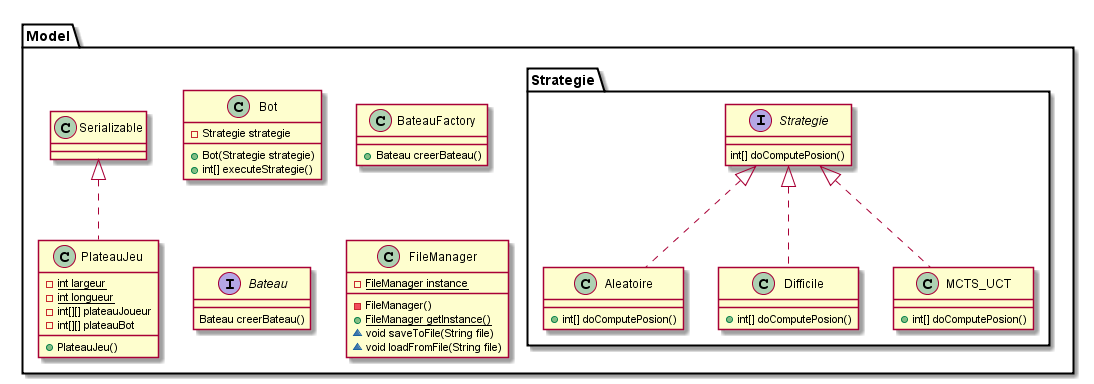
Before: ClassDiagram.png, a diagram exported from PlantUML (sT4R3K/batailleNavale). Source of this version:
```plantuml
@startuml
package Model <<Folder>> {
	class Bot {
		-Strategie strategie
		+Bot(Strategie strategie)
		+int[] executeStrategie()
	}

	package Strategie <<Folder>> {
		interface Strategie {
			int[] doComputePosion()
		}

		class Aleatoire {
			+int[] doComputePosion()
		}
		Strategie <|.. Aleatoire

		class Difficile {
			+int[] doComputePosion()
		}
		Strategie <|.. Difficile

		class MCTS_UCT {
			+int[] doComputePosion()
		}
		Strategie <|.. MCTS_UCT
	}
	class BateauFactory {
		+Bateau creerBateau()
	}

	interface Bateau {
		Bateau creerBateau()
	}

	class PlateauJeu {
		-{static}int largeur
		-{static}int longueur
		-int[][] plateauJoueur
		-int[][] plateauBot
		+PlateauJeu()
	}
	class Serializable {
	}
	Serializable <|.. PlateauJeu

	class FileManager {
		-{static}FileManager instance
		-FileManager()
		+{static}FileManager getInstance()
		~void saveToFile(String file)
		~void loadFromFile(String file)
	}
}
@enduml
```
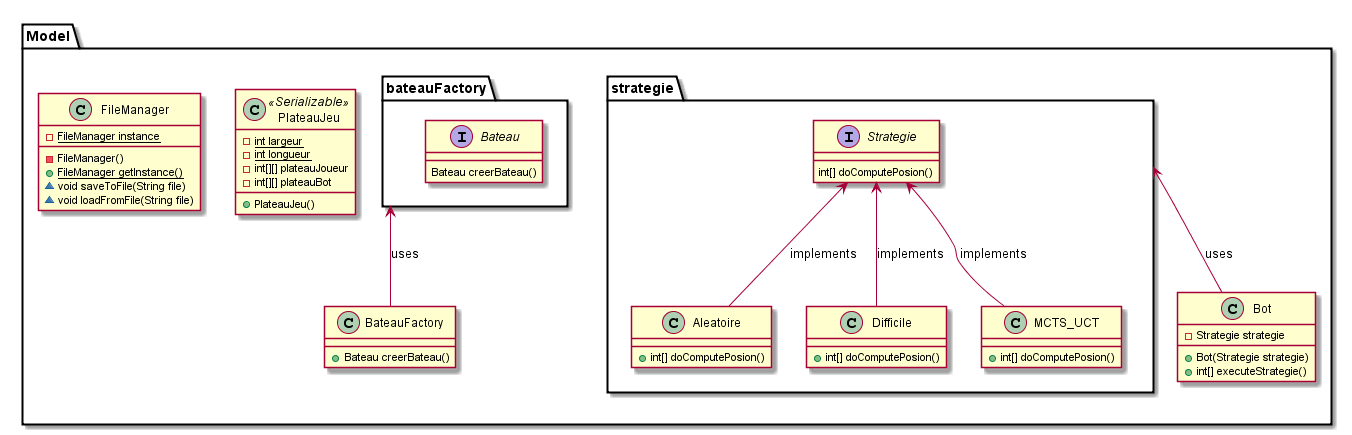
After the commit.

Commit message:
diagramme de classes

What changed in the source:
```diff
@@ -1,12 +1,6 @@
 @startuml
 package Model <<Folder>> {
-	class Bot {
-		-Strategie strategie
-		+Bot(Strategie strategie)
-		+int[] executeStrategie()
-	}
-
-	package Strategie <<Folder>> {
+	package strategie <<Folder>> {
 		interface Strategie {
 			int[] doComputePosion()
 		}
@@ -14,36 +8,44 @@
 		class Aleatoire {
 			+int[] doComputePosion()
 		}
-		Strategie <|.. Aleatoire
+		Strategie <-- Aleatoire : implements
 
 		class Difficile {
 			+int[] doComputePosion()
 		}
-		Strategie <|.. Difficile
+		Strategie <-- Difficile : implements
 
 		class MCTS_UCT {
 			+int[] doComputePosion()
 		}
-		Strategie <|.. MCTS_UCT
+		Strategie <-- MCTS_UCT : implements
 	}
+
+	class Bot {
+		-Strategie strategie
+		+Bot(Strategie strategie)
+		+int[] executeStrategie()
+	}
+	strategie <-- Bot : uses
+
+	package bateauFactory <<Folder>> {
+		interface Bateau {
+			Bateau creerBateau()
+		}
+	}
+
 	class BateauFactory {
 		+Bateau creerBateau()
 	}
+	bateauFactory <-- BateauFactory : uses
 
-	interface Bateau {
-		Bateau creerBateau()
-	}
-
-	class PlateauJeu {
+	class PlateauJeu <<Serializable>> {
 		-{static}int largeur
 		-{static}int longueur
 		-int[][] plateauJoueur
 		-int[][] plateauBot
 		+PlateauJeu()
 	}
-	class Serializable {
-	}
-	Serializable <|.. PlateauJeu
 
 	class FileManager {
 		-{static}FileManager instance
```
